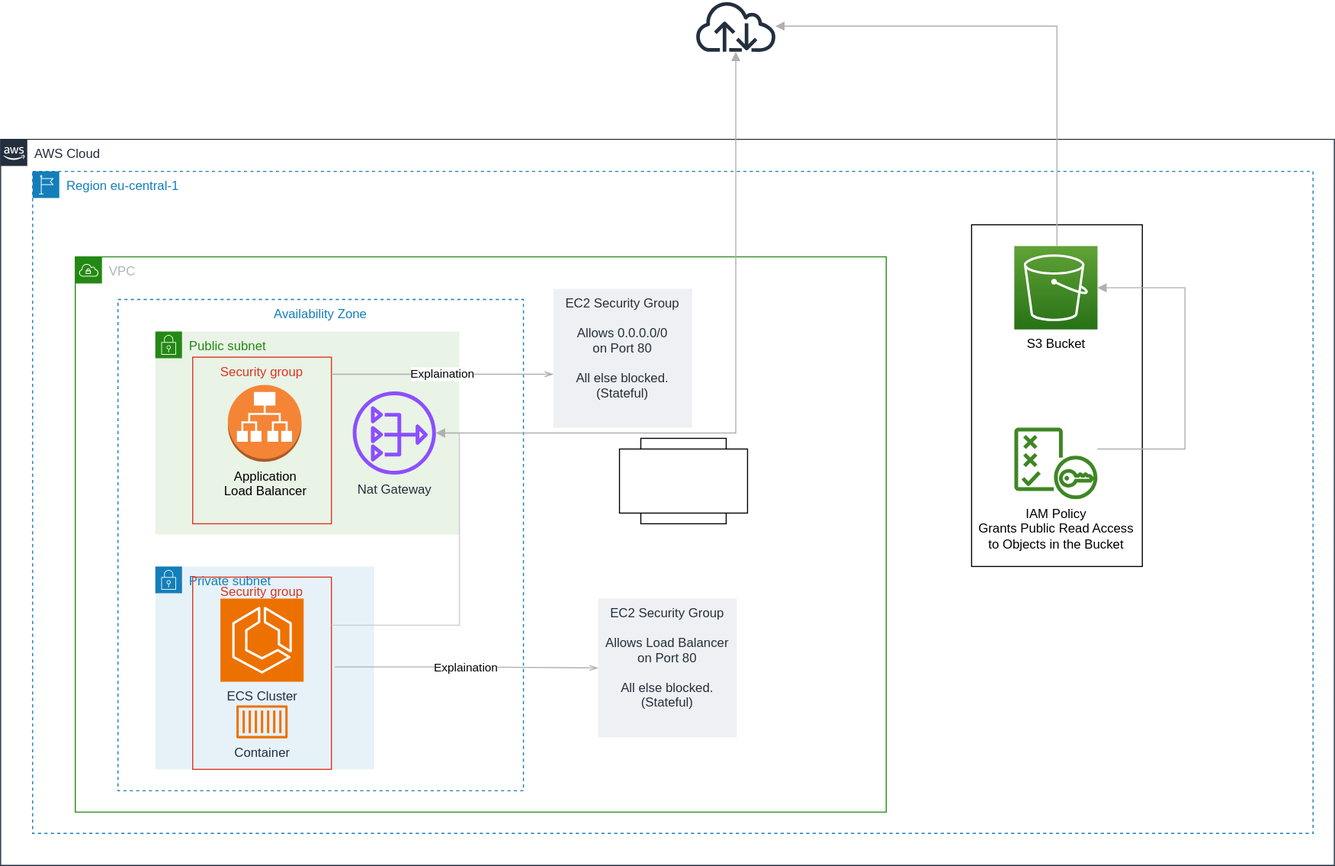
This is docs/media/lab_4_arch.drawio.svg from superluminar-io/aws_fundamentals_workshop, a draw.io export, as it was before one commit. Source tidied: cells renumbered, new cells last; positions are measured from the earlier drawing's top-left corner, leaving out a move shared by most shapes.
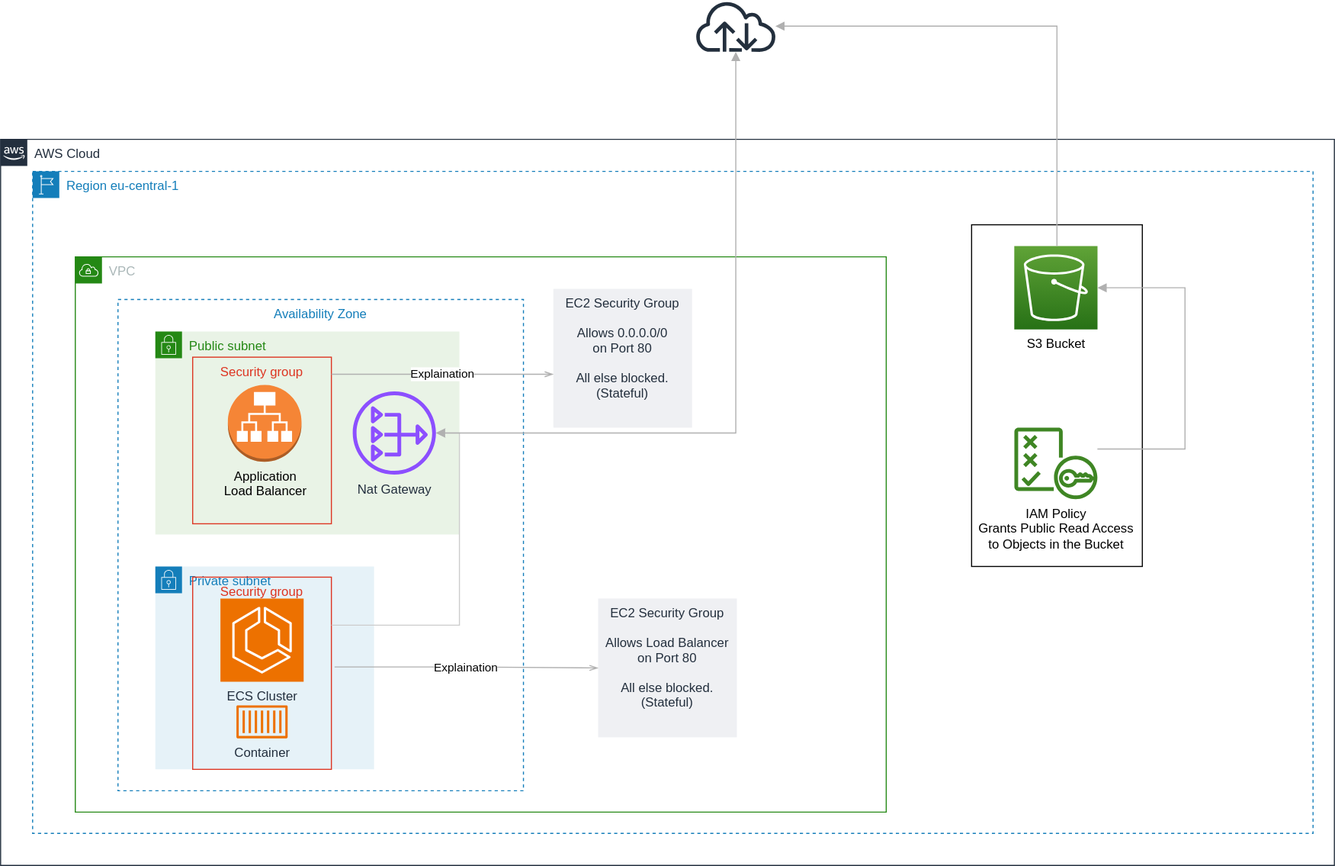
After the change.

Commit message:
Fix error in lab 4 diagram

Change to the diagram source:
```diff
@@ -95,11 +95,5 @@
         </Array>
       </mxGeometry>
     </mxCell>
-    <mxCell id="27" style="whiteSpace=wrap;html=1;" parent="1" vertex="1">
-      <mxGeometry x="600" y="410" width="80" height="80" as="geometry" />
-    </mxCell>
-    <mxCell id="28" style="rounded=0;whiteSpace=wrap;html=1;" parent="1" vertex="1">
-      <mxGeometry x="580" y="420" width="120" height="60" as="geometry" />
-    </mxCell>
   </root>
 </mxGraphModel>
```
